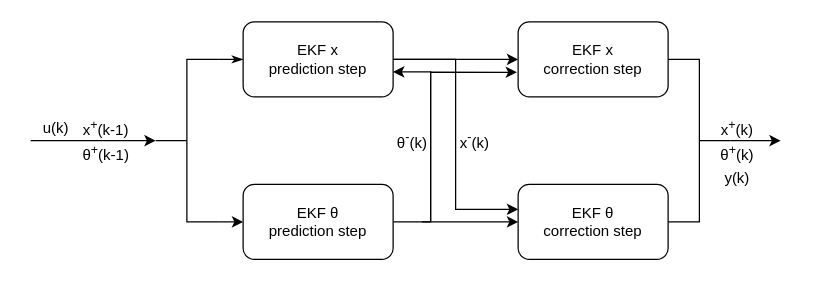
This is bms_flowchart_v2.drawio from PHentosh/draw_io_projects, a draw.io file, before an edit. Source tidied: cells renumbered, new cells numbered last; positions are measured from the earlier drawing's top-left corner, leaving out a move shared by most shapes. Both pictures are drawn from the tidied source at 125%, with x=0, y=0 at pixel (30, 21).
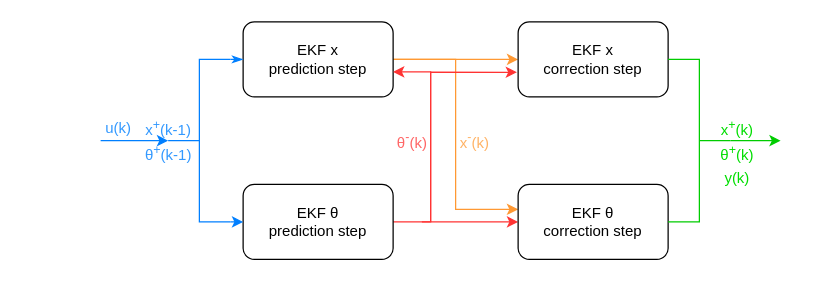
After the change.

The change refers to these unchanged cells:
```xml
<mxCell id="4" value="EKF x &lt;br&gt;prediction step" style="rounded=1;whiteSpace=wrap;html=1;" parent="1" vertex="1">
  <mxGeometry x="170" width="120" height="60" as="geometry" />
</mxCell>
<mxCell id="6" value="EKF θ &lt;br&gt;prediction step" style="rounded=1;whiteSpace=wrap;html=1;" parent="1" vertex="1">
  <mxGeometry x="170" y="130" width="120" height="60" as="geometry" />
</mxCell>
<mxCell id="7" value="EKF x &lt;br&gt;correction step" style="rounded=1;whiteSpace=wrap;html=1;" parent="1" vertex="1">
  <mxGeometry x="390" width="120" height="60" as="geometry" />
</mxCell>
<mxCell id="8" value="EKF θ &lt;br&gt;correction step" style="rounded=1;whiteSpace=wrap;html=1;" parent="1" vertex="1">
  <mxGeometry x="390" y="130" width="120" height="60" as="geometry" />
</mxCell>
```

Diff of the diagram source:
```diff
@@
-    <mxCell id="2" style="edgeStyle=orthogonalEdgeStyle;rounded=0;jettySize=auto;html=1;entryX=0;entryY=0.333;entryDx=0;entryDy=0;entryPerimeter=0;strokeColor=light-dark(#000000,#FF9933);" parent="1" edge="1" source="4" target="8">
+    <mxCell id="2" style="edgeStyle=orthogonalEdgeStyle;rounded=0;jettySize=auto;html=1;entryX=0;entryY=0.333;entryDx=0;entryDy=0;entryPerimeter=0;strokeColor=light-dark(#FF9933,#FF9933);" parent="1" edge="1" source="4" target="8">
       <mxGeometry relative="1" as="geometry">
         <Array as="points">
           <mxPoint x="340" y="30" />
           <mxPoint x="340" y="150" />
         </Array>
       </mxGeometry>
     </mxCell>
-    <mxCell id="3" style="edgeStyle=orthogonalEdgeStyle;rounded=0;jettySize=auto;html=1;entryX=0;entryY=0.5;entryDx=0;entryDy=0;strokeColor=light-dark(#000000,#FF9933);" parent="1" edge="1" source="4" target="7">
+    <mxCell id="3" style="edgeStyle=orthogonalEdgeStyle;rounded=0;jettySize=auto;html=1;entryX=0;entryY=0.5;entryDx=0;entryDy=0;strokeColor=light-dark(#FF9933,#FF9933);" parent="1" edge="1" source="4" target="7">
       <mxGeometry relative="1" as="geometry" />
     </mxCell>
@@
-    <mxCell id="5" style="edgeStyle=orthogonalEdgeStyle;rounded=0;jettySize=auto;html=1;entryX=0;entryY=0.5;entryDx=0;entryDy=0;strokeColor=light-dark(#000000,#FFFF33);fontColor=light-dark(#000000,#FF33FF);labelBackgroundColor=none;" parent="1" edge="1" source="6" target="8">
+    <mxCell id="5" style="edgeStyle=orthogonalEdgeStyle;rounded=0;jettySize=auto;html=1;entryX=0;entryY=0.5;entryDx=0;entryDy=0;strokeColor=light-dark(#FF3333,#FFFF33);fontColor=light-dark(#000000,#FF33FF);labelBackgroundColor=none;" parent="1" edge="1" source="6" target="8">
       <mxGeometry relative="1" as="geometry">
         <Array as="points">
           <mxPoint x="310" y="160" />
           <mxPoint x="310" y="160" />
         </Array>
       </mxGeometry>
     </mxCell>
@@
-    <mxCell id="9" style="edgeStyle=orthogonalEdgeStyle;rounded=0;jettySize=auto;html=1;entryX=-0.008;entryY=0.672;entryDx=0;entryDy=0;entryPerimeter=0;strokeColor=light-dark(#000000,#FFFF33);fontColor=none;labelBackgroundColor=none;noLabel=1;" parent="1" edge="1" target="7">
+    <mxCell id="9" style="edgeStyle=orthogonalEdgeStyle;rounded=0;jettySize=auto;html=1;entryX=-0.008;entryY=0.672;entryDx=0;entryDy=0;entryPerimeter=0;strokeColor=light-dark(#FF3333,#FFFF33);fontColor=none;labelBackgroundColor=none;noLabel=1;" parent="1" edge="1" target="7">
       <mxGeometry relative="1" as="geometry">
         <mxPoint x="320" y="160" as="sourcePoint" />
         <Array as="points">
           <mxPoint x="320" y="40" />
         </Array>
       </mxGeometry>
     </mxCell>
-    <mxCell id="10" style="edgeStyle=orthogonalEdgeStyle;rounded=0;jettySize=auto;html=1;endArrow=none;startFill=1;startArrow=classic;strokeColor=light-dark(#000000,#007FFF);" parent="1" edge="1" source="11">
+    <mxCell id="10" style="edgeStyle=orthogonalEdgeStyle;rounded=0;jettySize=auto;html=1;endArrow=none;startFill=1;startArrow=classic;strokeColor=light-dark(#007FFF,#007FFF);" parent="1" edge="1" source="11">
       <mxGeometry relative="1" as="geometry">
-        <mxPoint y="95" as="targetPoint" />
+        <mxPoint x="56" y="95" as="targetPoint" />
       </mxGeometry>
     </mxCell>
-    <mxCell id="11" style="strokeWidth=1;html=1;shape=mxgraph.flowchart.annotation_2;align=left;labelPosition=right;strokeColor=light-dark(#000000,#007FFF);" parent="1" vertex="1">
-      <mxGeometry x="100" y="30" width="50" height="130" as="geometry" />
+    <mxCell id="11" style="strokeWidth=1;html=1;shape=mxgraph.flowchart.annotation_2;align=left;labelPosition=right;strokeColor=light-dark(#007FFF,#007FFF);" parent="1" vertex="1">
+      <mxGeometry x="110" y="30" width="50" height="130" as="geometry" />
     </mxCell>
-    <mxCell id="12" value="u(k)" style="text;html=1;align=center;verticalAlign=middle;strokeColor=none;fillColor=none;fontColor=light-dark(#000000,#66B2FF);" parent="1" vertex="1">
-      <mxGeometry y="70" width="40" height="30" as="geometry" />
+    <mxCell id="12" value="u(k)" style="text;html=1;align=center;verticalAlign=middle;strokeColor=none;fillColor=none;fontColor=light-dark(#3399FF,#66B2FF);" parent="1" vertex="1">
+      <mxGeometry x="50" y="70" width="40" height="30" as="geometry" />
     </mxCell>
-    <mxCell id="13" style="edgeStyle=orthogonalEdgeStyle;rounded=0;jettySize=auto;html=1;entryX=1;entryY=0;entryDx=0;entryDy=0;entryPerimeter=0;startArrow=classicThin;startFill=1;endArrow=none;strokeColor=light-dark(#000000,#007FFF);" parent="1" edge="1" source="4" target="11">
-      <mxGeometry relative="1" as="geometry" />
+    <mxCell id="13" style="edgeStyle=orthogonalEdgeStyle;rounded=0;jettySize=auto;html=1;entryX=1;entryY=0;entryDx=0;entryDy=0;entryPerimeter=0;startArrow=classicThin;startFill=1;endArrow=none;strokeColor=light-dark(#007FFF,#007FFF);" parent="1" edge="1" source="4" target="11">
+      <mxGeometry relative="1" as="geometry">
+        <Array as="points">
+          <mxPoint x="160" y="30" />
+          <mxPoint x="160" y="30" />
+        </Array>
+      </mxGeometry>
     </mxCell>
-    <mxCell id="14" style="edgeStyle=orthogonalEdgeStyle;rounded=0;jettySize=auto;html=1;entryX=1;entryY=1;entryDx=0;entryDy=0;entryPerimeter=0;endArrow=none;startFill=1;startArrow=classic;strokeColor=light-dark(#000000,#007FFF);" parent="1" edge="1" source="6" target="11">
-      <mxGeometry relative="1" as="geometry" />
+    <mxCell id="14" style="edgeStyle=orthogonalEdgeStyle;rounded=0;jettySize=auto;html=1;entryX=1;entryY=1;entryDx=0;entryDy=0;entryPerimeter=0;endArrow=none;startFill=1;startArrow=classic;strokeColor=light-dark(#007FFF,#007FFF);" parent="1" edge="1" source="6" target="11">
+      <mxGeometry relative="1" as="geometry">
+        <Array as="points">
+          <mxPoint x="160" y="160" />
+          <mxPoint x="160" y="160" />
+        </Array>
+      </mxGeometry>
     </mxCell>
-    <mxCell id="15" style="edgeStyle=orthogonalEdgeStyle;rounded=0;jettySize=auto;html=1;strokeColor=light-dark(#000000,#00CC00);" parent="1" edge="1" source="16">
+    <mxCell id="15" style="edgeStyle=orthogonalEdgeStyle;rounded=0;jettySize=auto;html=1;strokeColor=light-dark(#00CC00,#00CC00);" parent="1" edge="1" source="16">
       <mxGeometry relative="1" as="geometry">
         <mxPoint x="600" y="95" as="targetPoint" />
       </mxGeometry>
     </mxCell>
-    <mxCell id="16" style="strokeWidth=1;html=1;shape=mxgraph.flowchart.annotation_2;align=left;labelPosition=right;rotation=180;strokeColor=light-dark(#000000,#00CC00);" parent="1" vertex="1">
+    <mxCell id="16" style="strokeWidth=1;html=1;shape=mxgraph.flowchart.annotation_2;align=left;labelPosition=right;rotation=180;strokeColor=light-dark(#00CC00,#00CC00);" parent="1" vertex="1">
       <mxGeometry x="510" y="30" width="50" height="130" as="geometry" />
     </mxCell>
-    <mxCell id="17" value="x&lt;sup&gt;-&lt;/sup&gt;(k)" style="text;html=1;align=center;verticalAlign=middle;strokeColor=none;fillColor=none;fontColor=light-dark(#000000,#FFB366);" parent="1" vertex="1">
+    <mxCell id="17" value="x&lt;sup&gt;-&lt;/sup&gt;(k)" style="text;html=1;align=center;verticalAlign=middle;strokeColor=none;fillColor=none;fontColor=light-dark(#FFB366,#FFB366);" parent="1" vertex="1">
       <mxGeometry x="330" y="80" width="50" height="30" as="geometry" />
     </mxCell>
-    <mxCell id="18" value="x&lt;sup&gt;+&lt;/sup&gt;(k)" style="text;html=1;align=center;verticalAlign=middle;strokeColor=none;fillColor=none;fontColor=light-dark(#000000,#66FF66);" parent="1" vertex="1">
+    <mxCell id="18" value="x&lt;sup&gt;+&lt;/sup&gt;(k)" style="text;html=1;align=center;verticalAlign=middle;strokeColor=none;fillColor=none;fontColor=light-dark(#00DE00,#66FF66);" parent="1" vertex="1">
       <mxGeometry x="540" y="70" width="50" height="30" as="geometry" />
     </mxCell>
-    <mxCell id="19" value="θ&lt;sup&gt;+&lt;/sup&gt;(k)" style="text;html=1;align=center;verticalAlign=middle;strokeColor=none;fillColor=none;fontColor=light-dark(#000000,#66FF66);" parent="1" vertex="1">
+    <mxCell id="19" value="θ&lt;sup&gt;+&lt;/sup&gt;(k)" style="text;html=1;align=center;verticalAlign=middle;strokeColor=none;fillColor=none;fontColor=light-dark(#00DE00,#66FF66);" parent="1" vertex="1">
       <mxGeometry x="540" y="90" width="50" height="30" as="geometry" />
     </mxCell>
-    <mxCell id="20" value="θ&lt;sup&gt;+&lt;/sup&gt;(k-1)" style="text;html=1;align=center;verticalAlign=middle;strokeColor=none;fillColor=none;fontColor=light-dark(#000000,#66B2FF);" parent="1" vertex="1">
-      <mxGeometry x="30" y="90" width="60" height="30" as="geometry" />
+    <mxCell id="20" value="θ&lt;sup&gt;+&lt;/sup&gt;(k-1)" style="text;html=1;align=center;verticalAlign=middle;strokeColor=none;fillColor=none;fontColor=light-dark(#3399FF,#66B2FF);" parent="1" vertex="1">
+      <mxGeometry x="80" y="90" width="60" height="30" as="geometry" />
     </mxCell>
-    <mxCell id="21" value="x&lt;sup&gt;+&lt;/sup&gt;(k-1)" style="text;html=1;align=center;verticalAlign=middle;strokeColor=none;fillColor=none;fontColor=light-dark(#000000,#66B2FF);" parent="1" vertex="1">
-      <mxGeometry x="30" y="70" width="60" height="30" as="geometry" />
+    <mxCell id="21" value="x&lt;sup&gt;+&lt;/sup&gt;(k-1)" style="text;html=1;align=center;verticalAlign=middle;strokeColor=none;fillColor=none;fontColor=light-dark(#3399FF,#66B2FF);" parent="1" vertex="1">
+      <mxGeometry x="80" y="70" width="60" height="30" as="geometry" />
     </mxCell>
-    <mxCell id="22" value="&lt;div&gt;y(k)&lt;/div&gt;" style="text;html=1;align=center;verticalAlign=middle;strokeColor=none;fillColor=none;fontColor=light-dark(#000000,#66FF66);" parent="1" vertex="1">
+    <mxCell id="22" value="&lt;div&gt;y(k)&lt;/div&gt;" style="text;html=1;align=center;verticalAlign=middle;strokeColor=none;fillColor=none;fontColor=light-dark(#00DE00,#66FF66);" parent="1" vertex="1">
       <mxGeometry x="545" y="110" width="40" height="30" as="geometry" />
     </mxCell>
-    <mxCell id="23" value="θ&lt;sup&gt;-&lt;/sup&gt;(k)" style="text;html=1;align=center;verticalAlign=middle;strokeColor=none;fillColor=none;fontColor=light-dark(#000000,#FFFF99);" parent="1" vertex="1">
+    <mxCell id="23" value="θ&lt;sup&gt;-&lt;/sup&gt;(k)" style="text;html=1;align=center;verticalAlign=middle;strokeColor=none;fillColor=none;fontColor=light-dark(#FF6666,#FFFF99);" parent="1" vertex="1">
       <mxGeometry x="280" y="80" width="50" height="30" as="geometry" />
     </mxCell>
-    <mxCell id="24" style="edgeStyle=orthogonalEdgeStyle;rounded=0;jettySize=auto;html=1;entryX=1;entryY=0.667;entryDx=0;entryDy=0;entryPerimeter=0;strokeColor=light-dark(#000000,#FFFF33);fontColor=none;labelBackgroundColor=none;noLabel=1;" parent="1" edge="1" target="4">
+    <mxCell id="24" style="edgeStyle=orthogonalEdgeStyle;rounded=0;jettySize=auto;html=1;entryX=1;entryY=0.667;entryDx=0;entryDy=0;entryPerimeter=0;strokeColor=light-dark(#FF3333,#FFFF33);fontColor=none;labelBackgroundColor=none;noLabel=1;" parent="1" edge="1" target="4">
       <mxGeometry relative="1" as="geometry">
         <mxPoint x="313" y="160" as="sourcePoint" />
         <Array as="points">
           <mxPoint x="320" y="160" />
           <mxPoint x="320" y="40" />
         </Array>
       </mxGeometry>
     </mxCell>
```
